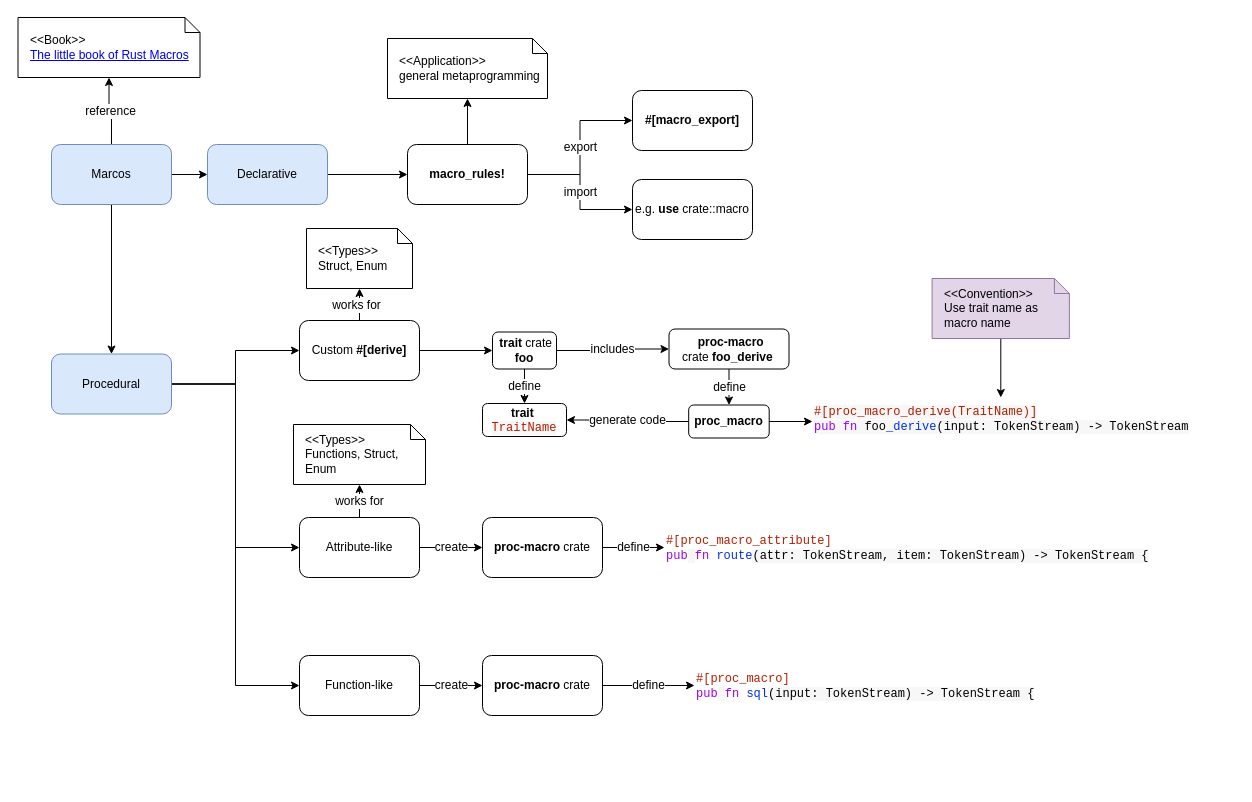
gftea/rust_lang_notes keeps this draw.io diagram as page "Macros" (5 of 6) of advanced.drawio. Above is the earlier version. Source tidied: cells renumbered, new cells numbered last; positions are measured from the earlier drawing's top-left corner, leaving out a move shared by most shapes. Both pictures are drawn from the tidied source at 100%, with x=0, y=0 at pixel (17, 17).
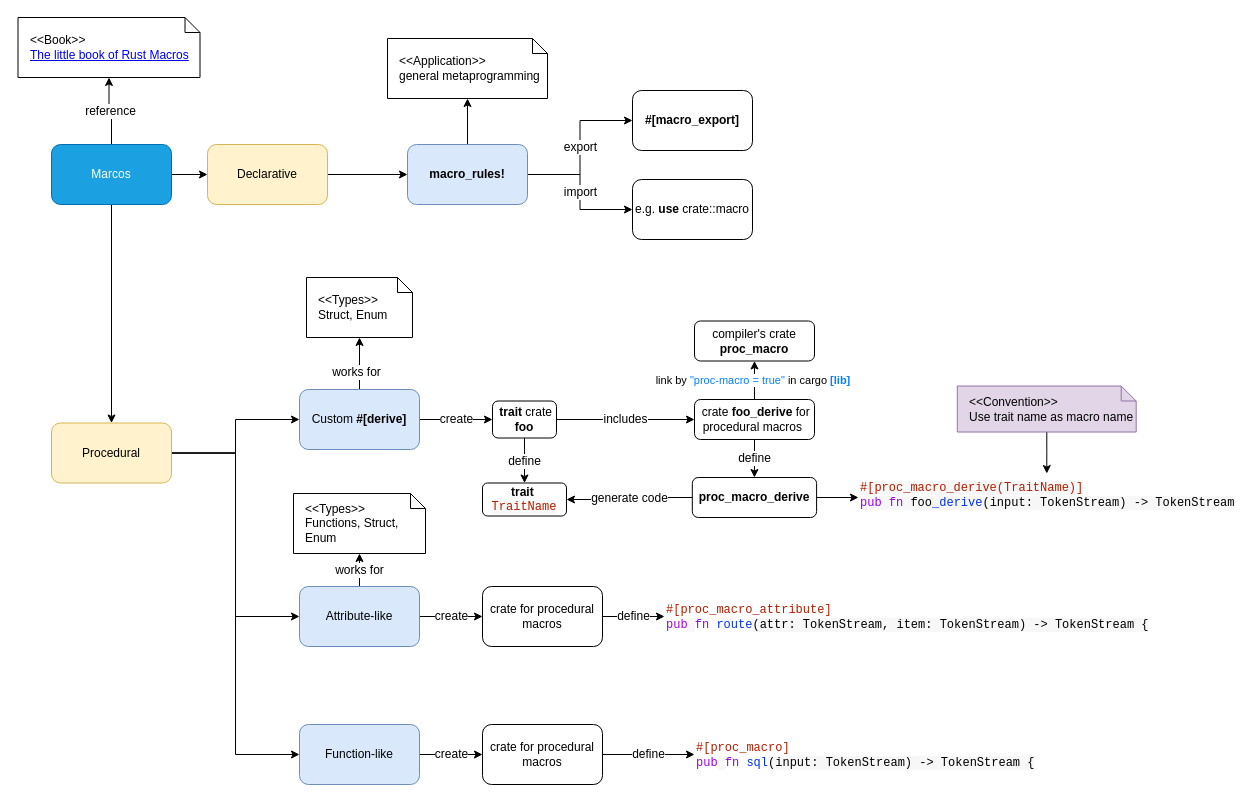
After the change.

Diff of the diagram source:
```diff
@@
-    <mxCell id="3" value="Declarative" style="rounded=1;whiteSpace=wrap;html=1;fontSize=12;fillColor=#dae8fc;strokeColor=#6c8ebf;" parent="1" vertex="1">
+    <mxCell id="3" value="Declarative" style="rounded=1;whiteSpace=wrap;html=1;fontSize=12;fillColor=#fff2cc;strokeColor=#d6b656;" parent="1" vertex="1">
       <mxGeometry x="190" y="127" width="120" height="60" as="geometry" />
     </mxCell>
@@
-    <mxCell id="7" value="&lt;b&gt;macro_rules!&lt;/b&gt;" style="rounded=1;whiteSpace=wrap;html=1;fontSize=12;fontColor=#000000;" parent="1" vertex="1">
+    <mxCell id="7" value="&lt;b&gt;macro_rules!&lt;/b&gt;" style="rounded=1;whiteSpace=wrap;html=1;fontSize=12;fillColor=#dae8fc;strokeColor=#6c8ebf;" parent="1" vertex="1">
       <mxGeometry x="390" y="127" width="120" height="60" as="geometry" />
     </mxCell>
@@
-    <mxCell id="11" value="Procedural" style="rounded=1;whiteSpace=wrap;html=1;fontSize=12;fillColor=#dae8fc;strokeColor=#6c8ebf;" parent="1" vertex="1">
-      <mxGeometry x="34" y="336.5" width="120" height="60" as="geometry" />
+    <mxCell id="11" value="Procedural" style="rounded=1;whiteSpace=wrap;html=1;fontSize=12;fillColor=#fff2cc;strokeColor=#d6b656;" parent="1" vertex="1">
+      <mxGeometry x="34" y="405.5" width="120" height="60" as="geometry" />
     </mxCell>
@@
-    <mxCell id="13" style="edgeStyle=orthogonalEdgeStyle;rounded=0;jettySize=auto;html=1;fontSize=12;fontColor=#FF0000;" parent="1" edge="1" source="14" target="31">
+    <mxCell id="13" value="&lt;font color=&quot;#000000&quot;&gt;create&lt;/font&gt;" style="edgeStyle=orthogonalEdgeStyle;rounded=0;jettySize=auto;html=1;fontSize=12;fontColor=#FF0000;" parent="1" edge="1" source="14" target="31">
       <mxGeometry relative="1" as="geometry" />
     </mxCell>
-    <mxCell id="14" value="Custom &lt;b&gt;#[derive]&lt;/b&gt;" style="rounded=1;whiteSpace=wrap;html=1;fontSize=12;" parent="1" vertex="1">
-      <mxGeometry x="282" y="303" width="120" height="60" as="geometry" />
+    <mxCell id="14" value="Custom &lt;b&gt;#[derive]&lt;/b&gt;" style="rounded=1;whiteSpace=wrap;html=1;fontSize=12;fillColor=#dae8fc;strokeColor=#6c8ebf;" parent="1" vertex="1">
+      <mxGeometry x="282" y="372" width="120" height="60" as="geometry" />
     </mxCell>
@@
-    <mxCell id="17" value="Attribute-like" style="rounded=1;whiteSpace=wrap;html=1;fontSize=12;fontColor=#000000;" parent="1" vertex="1">
-      <mxGeometry x="282" y="500" width="120" height="60" as="geometry" />
+    <mxCell id="17" value="Attribute-like" style="rounded=1;whiteSpace=wrap;html=1;fontSize=12;fillColor=#dae8fc;strokeColor=#6c8ebf;" parent="1" vertex="1">
+      <mxGeometry x="282" y="569" width="120" height="60" as="geometry" />
     </mxCell>
@@
-    <mxCell id="19" value="Function-like" style="rounded=1;whiteSpace=wrap;html=1;fontSize=12;fontColor=#000000;" parent="1" vertex="1">
-      <mxGeometry x="282" y="638" width="120" height="60" as="geometry" />
+    <mxCell id="19" value="Function-like" style="rounded=1;whiteSpace=wrap;html=1;fontSize=12;fillColor=#dae8fc;strokeColor=#6c8ebf;" parent="1" vertex="1">
+      <mxGeometry x="282" y="707" width="120" height="60" as="geometry" />
     </mxCell>
@@
-    <mxCell id="24" value="Marcos" style="rounded=1;whiteSpace=wrap;html=1;fontSize=12;fillColor=#dae8fc;strokeColor=#6c8ebf;" parent="1" vertex="1">
+    <mxCell id="24" value="Marcos" style="rounded=1;whiteSpace=wrap;html=1;fontSize=12;fillColor=#1ba1e2;strokeColor=#006EAF;fontColor=#ffffff;" parent="1" vertex="1">
       <mxGeometry x="34" y="127" width="120" height="60" as="geometry" />
     </mxCell>
@@
     <mxCell id="31" value="&lt;b&gt;&amp;nbsp;trait&amp;nbsp;&lt;/b&gt;crate&lt;br&gt;&lt;b&gt;foo&lt;/b&gt;" style="whiteSpace=wrap;html=1;rounded=1;" parent="1" vertex="1">
-      <mxGeometry x="475" y="314.5" width="64" height="37" as="geometry" />
+      <mxGeometry x="475" y="383.5" width="64" height="37" as="geometry" />
     </mxCell>
@@
+    <mxCell id="50" value="link by &lt;font color=&quot;#007fff&quot;&gt;&quot;proc-macro = true&quot;&lt;/font&gt; in cargo&amp;nbsp;&lt;b&gt;&lt;font color=&quot;#007fff&quot;&gt;[lib]&lt;/font&gt;&amp;nbsp;&lt;/b&gt;" style="edgeStyle=orthogonalEdgeStyle;rounded=0;jettySize=auto;html=1;" parent="1" edge="1" source="33" target="51">
+      <mxGeometry relative="1" as="geometry" />
+    </mxCell>
-    <mxCell id="33" value="&amp;nbsp;&lt;b&gt;proc-macro&lt;/b&gt; crate&amp;nbsp;&lt;b&gt;foo_derive&amp;nbsp;&lt;/b&gt;" style="whiteSpace=wrap;html=1;rounded=1;" parent="1" vertex="1">
-      <mxGeometry x="651.5" y="311.5" width="120" height="40" as="geometry" />
+    <mxCell id="33" value="&amp;nbsp;crate&amp;nbsp;&lt;b&gt;foo_derive &lt;/b&gt;for procedural macros&lt;b&gt;&amp;nbsp;&lt;/b&gt;" style="whiteSpace=wrap;html=1;rounded=1;" parent="1" vertex="1">
+      <mxGeometry x="677" y="382" width="120" height="40" as="geometry" />
     </mxCell>
     <mxCell id="34" value="&lt;b&gt;trait&amp;nbsp;&lt;br&gt;&lt;/b&gt;&lt;span style=&quot;color: rgb(178, 30, 0); font-family: &amp;quot;Source Code Pro&amp;quot;, Consolas, &amp;quot;Ubuntu Mono&amp;quot;, Menlo, &amp;quot;DejaVu Sans Mono&amp;quot;, monospace, monospace; text-align: start; background-color: rgb(246, 247, 246);&quot;&gt;TraitName&lt;/span&gt;" style="whiteSpace=wrap;html=1;rounded=1;" parent="1" vertex="1">
-      <mxGeometry x="465" y="386" width="84" height="33" as="geometry" />
+      <mxGeometry x="465" y="465.5" width="84" height="33" as="geometry" />
     </mxCell>
@@
-    <mxCell id="37" value="&lt;b&gt;proc_macro&lt;/b&gt;" style="whiteSpace=wrap;html=1;rounded=1;" parent="1" vertex="1">
-      <mxGeometry x="671.2" y="387.5" width="80.5" height="33" as="geometry" />
+    <mxCell id="37" value="&lt;b&gt;proc_macro_derive&lt;/b&gt;" style="whiteSpace=wrap;html=1;rounded=1;" parent="1" vertex="1">
+      <mxGeometry x="674.8" y="460" width="124.3" height="40" as="geometry" />
     </mxCell>
     <mxCell id="38" value="&amp;lt;&amp;lt;Types&amp;gt;&amp;gt;&lt;br&gt;Struct, Enum" style="shape=note;size=15;align=left;spacingLeft=10;html=1;whiteSpace=wrap;fontSize=12;fontColor=#000000;" parent="1" vertex="1">
-      <mxGeometry x="289" y="211" width="106" height="60" as="geometry" />
+      <mxGeometry x="289" y="260" width="106" height="60" as="geometry" />
     </mxCell>
     <mxCell id="39" value="&amp;lt;&amp;lt;Types&amp;gt;&amp;gt;&lt;br&gt;Functions, Struct, Enum" style="shape=note;size=15;align=left;spacingLeft=10;html=1;whiteSpace=wrap;fontSize=12;fontColor=#000000;" parent="1" vertex="1">
-      <mxGeometry x="276" y="407" width="132" height="60" as="geometry" />
+      <mxGeometry x="276" y="476" width="132" height="60" as="geometry" />
     </mxCell>
@@
     <mxCell id="41" value="&lt;span style=&quot;color: rgb(178, 30, 0); font-family: &amp;quot;Source Code Pro&amp;quot;, Consolas, &amp;quot;Ubuntu Mono&amp;quot;, Menlo, &amp;quot;DejaVu Sans Mono&amp;quot;, monospace, monospace; font-style: normal; font-variant-ligatures: normal; font-variant-caps: normal; font-weight: 400; letter-spacing: normal; orphans: 2; text-align: start; text-indent: 0px; text-transform: none; widows: 2; word-spacing: 0px; -webkit-text-stroke-width: 0px; background-color: rgb(246, 247, 246); text-decoration-thickness: initial; text-decoration-style: initial; text-decoration-color: initial; float: none; display: inline !important;&quot;&gt;&lt;font style=&quot;font-size: 12px;&quot;&gt;#[proc_macro_derive(TraitName)]&lt;br&gt;&lt;span style=&quot;color: rgb(157, 0, 236);&quot; class=&quot;hljs-keyword&quot;&gt;pub&lt;/span&gt;&lt;span style=&quot;color: rgb(0, 0, 0);&quot;&gt; &lt;/span&gt;&lt;span style=&quot;color: rgb(0, 0, 0);&quot; class=&quot;hljs-function&quot;&gt;&lt;span style=&quot;color: rgb(157, 0, 236);&quot; class=&quot;hljs-keyword&quot;&gt;fn&lt;/span&gt;&amp;nbsp;foo&lt;span style=&quot;color: rgb(0, 48, 242);&quot; class=&quot;hljs-title&quot;&gt;_derive&lt;/span&gt;&lt;/span&gt;&lt;span style=&quot;color: rgb(0, 0, 0);&quot;&gt;(input: TokenStream) -&amp;gt; TokenStream &lt;/span&gt;&lt;br&gt;&lt;/font&gt;&lt;/span&gt;" style="text;whiteSpace=wrap;html=1;fontSize=12;fontColor=#000000;" parent="1" vertex="1">
-      <mxGeometry x="795" y="380" width="376.6" height="48" as="geometry" />
+      <mxGeometry x="841" y="456" width="376.6" height="48" as="geometry" />
     </mxCell>
     <mxCell id="42" value="&lt;font style=&quot;font-size: 12px;&quot;&gt;&lt;span style=&quot;color: rgb(178, 30, 0); font-family: &amp;quot;Source Code Pro&amp;quot;, Consolas, &amp;quot;Ubuntu Mono&amp;quot;, Menlo, &amp;quot;DejaVu Sans Mono&amp;quot;, monospace, monospace; font-style: normal; font-variant-ligatures: normal; font-variant-caps: normal; font-weight: 400; letter-spacing: normal; orphans: 2; text-align: start; text-indent: 0px; text-transform: none; widows: 2; word-spacing: 0px; -webkit-text-stroke-width: 0px; text-decoration-thickness: initial; text-decoration-style: initial; text-decoration-color: initial;&quot; class=&quot;hljs-meta&quot;&gt;#[proc_macro_attribute]&lt;/span&gt;&lt;span style=&quot;color: rgb(0, 0, 0); font-family: &amp;quot;Source Code Pro&amp;quot;, Consolas, &amp;quot;Ubuntu Mono&amp;quot;, Menlo, &amp;quot;DejaVu Sans Mono&amp;quot;, monospace, monospace; font-style: normal; font-variant-ligatures: normal; font-variant-caps: normal; font-weight: 400; letter-spacing: normal; orphans: 2; text-align: start; text-indent: 0px; text-transform: none; widows: 2; word-spacing: 0px; -webkit-text-stroke-width: 0px; background-color: rgb(246, 247, 246); text-decoration-thickness: initial; text-decoration-style: initial; text-decoration-color: initial; float: none; display: inline !important;&quot;&gt;&lt;br&gt;&lt;/span&gt;&lt;span style=&quot;color: rgb(157, 0, 236); font-family: &amp;quot;Source Code Pro&amp;quot;, Consolas, &amp;quot;Ubuntu Mono&amp;quot;, Menlo, &amp;quot;DejaVu Sans Mono&amp;quot;, monospace, monospace; font-style: normal; font-variant-ligatures: normal; font-variant-caps: normal; font-weight: 400; letter-spacing: normal; orphans: 2; text-align: start; text-indent: 0px; text-transform: none; widows: 2; word-spacing: 0px; -webkit-text-stroke-width: 0px; text-decoration-thickness: initial; text-decoration-style: initial; text-decoration-color: initial;&quot; class=&quot;hljs-keyword&quot;&gt;pub&lt;/span&gt;&lt;span style=&quot;color: rgb(0, 0, 0); font-family: &amp;quot;Source Code Pro&amp;quot;, Consolas, &amp;quot;Ubuntu Mono&amp;quot;, Menlo, &amp;quot;DejaVu Sans Mono&amp;quot;, monospace, monospace; font-style: normal; font-variant-ligatures: normal; font-variant-caps: normal; font-weight: 400; letter-spacing: normal; orphans: 2; text-align: start; text-indent: 0px; text-transform: none; widows: 2; word-spacing: 0px; -webkit-text-stroke-width: 0px; background-color: rgb(246, 247, 246); text-decoration-thickness: initial; text-decoration-style: initial; text-decoration-color: initial; float: none; display: inline !important;&quot;&gt; &lt;/span&gt;&lt;span style=&quot;color: rgb(0, 0, 0); font-family: &amp;quot;Source Code Pro&amp;quot;, Consolas, &amp;quot;Ubuntu Mono&amp;quot;, Menlo, &amp;quot;DejaVu Sans Mono&amp;quot;, monospace, monospace; font-style: normal; font-variant-ligatures: normal; font-variant-caps: normal; font-weight: 400; letter-spacing: normal; orphans: 2; text-align: start; text-indent: 0px; text-transform: none; widows: 2; word-spacing: 0px; -webkit-text-stroke-width: 0px; text-decoration-thickness: initial; text-decoration-style: initial; text-decoration-color: initial;&quot; class=&quot;hljs-function&quot;&gt;&lt;span style=&quot;color: rgb(157, 0, 236);&quot; class=&quot;hljs-keyword&quot;&gt;fn&lt;/span&gt; &lt;span style=&quot;color: rgb(0, 48, 242);&quot; class=&quot;hljs-title&quot;&gt;route&lt;/span&gt;&lt;/span&gt;&lt;span style=&quot;color: rgb(0, 0, 0); font-family: &amp;quot;Source Code Pro&amp;quot;, Consolas, &amp;quot;Ubuntu Mono&amp;quot;, Menlo, &amp;quot;DejaVu Sans Mono&amp;quot;, monospace, monospace; font-style: normal; font-variant-ligatures: normal; font-variant-caps: normal; font-weight: 400; letter-spacing: normal; orphans: 2; text-align: start; text-indent: 0px; text-transform: none; widows: 2; word-spacing: 0px; -webkit-text-stroke-width: 0px; background-color: rgb(246, 247, 246); text-decoration-thickness: initial; text-decoration-style: initial; text-decoration-color: initial; float: none; display: inline !important;&quot;&gt;(attr: TokenStream, item: TokenStream) -&amp;gt; TokenStream {&lt;/span&gt;&lt;/font&gt;" style="text;whiteSpace=wrap;html=1;fontSize=12;fontColor=#000000;" parent="1" vertex="1">
-      <mxGeometry x="647" y="509" width="540" height="42" as="geometry" />
+      <mxGeometry x="647" y="578" width="540" height="42" as="geometry" />
     </mxCell>
@@
     <mxCell id="44" value="&amp;lt;&amp;lt;Convention&amp;gt;&amp;gt;&lt;br&gt;Use trait name as macro name" style="shape=note;size=15;align=left;spacingLeft=10;html=1;whiteSpace=wrap;fontSize=12;fillColor=#e1d5e7;strokeColor=#9673a6;" parent="1" vertex="1">
-      <mxGeometry x="914.6" y="261" width="137.3" height="60" as="geometry" />
+      <mxGeometry x="939.8" y="368.5" width="178.9" height="46" as="geometry" />
     </mxCell>
@@
-    <mxCell id="46" value="&lt;b&gt;proc-macro&lt;/b&gt; crate" style="whiteSpace=wrap;html=1;fontColor=#000000;rounded=1;" parent="1" vertex="1">
-      <mxGeometry x="465" y="500" width="120" height="60" as="geometry" />
+    <mxCell id="46" value="crate for procedural macros" style="whiteSpace=wrap;html=1;fontColor=#000000;rounded=1;" parent="1" vertex="1">
+      <mxGeometry x="465" y="569" width="120" height="60" as="geometry" />
     </mxCell>
     <mxCell id="47" value="&lt;font style=&quot;font-size: 12px;&quot;&gt;&lt;span style=&quot;color: rgb(178, 30, 0); font-family: &amp;quot;Source Code Pro&amp;quot;, Consolas, &amp;quot;Ubuntu Mono&amp;quot;, Menlo, &amp;quot;DejaVu Sans Mono&amp;quot;, monospace, monospace; font-style: normal; font-variant-ligatures: normal; font-variant-caps: normal; font-weight: 400; letter-spacing: normal; orphans: 2; text-align: start; text-indent: 0px; text-transform: none; widows: 2; word-spacing: 0px; -webkit-text-stroke-width: 0px; text-decoration-thickness: initial; text-decoration-style: initial; text-decoration-color: initial;&quot; class=&quot;hljs-meta&quot;&gt;#[proc_macro]&lt;/span&gt;&lt;span style=&quot;color: rgb(0, 0, 0); font-family: &amp;quot;Source Code Pro&amp;quot;, Consolas, &amp;quot;Ubuntu Mono&amp;quot;, Menlo, &amp;quot;DejaVu Sans Mono&amp;quot;, monospace, monospace; font-style: normal; font-variant-ligatures: normal; font-variant-caps: normal; font-weight: 400; letter-spacing: normal; orphans: 2; text-align: start; text-indent: 0px; text-transform: none; widows: 2; word-spacing: 0px; -webkit-text-stroke-width: 0px; background-color: rgb(246, 247, 246); text-decoration-thickness: initial; text-decoration-style: initial; text-decoration-color: initial; float: none; display: inline !important;&quot;&gt;&lt;br&gt;&lt;/span&gt;&lt;span style=&quot;color: rgb(157, 0, 236); font-family: &amp;quot;Source Code Pro&amp;quot;, Consolas, &amp;quot;Ubuntu Mono&amp;quot;, Menlo, &amp;quot;DejaVu Sans Mono&amp;quot;, monospace, monospace; font-style: normal; font-variant-ligatures: normal; font-variant-caps: normal; font-weight: 400; letter-spacing: normal; orphans: 2; text-align: start; text-indent: 0px; text-transform: none; widows: 2; word-spacing: 0px; -webkit-text-stroke-width: 0px; text-decoration-thickness: initial; text-decoration-style: initial; text-decoration-color: initial;&quot; class=&quot;hljs-keyword&quot;&gt;pub&lt;/span&gt;&lt;span style=&quot;color: rgb(0, 0, 0); font-family: &amp;quot;Source Code Pro&amp;quot;, Consolas, &amp;quot;Ubuntu Mono&amp;quot;, Menlo, &amp;quot;DejaVu Sans Mono&amp;quot;, monospace, monospace; font-style: normal; font-variant-ligatures: normal; font-variant-caps: normal; font-weight: 400; letter-spacing: normal; orphans: 2; text-align: start; text-indent: 0px; text-transform: none; widows: 2; word-spacing: 0px; -webkit-text-stroke-width: 0px; background-color: rgb(246, 247, 246); text-decoration-thickness: initial; text-decoration-style: initial; text-decoration-color: initial; float: none; display: inline !important;&quot;&gt; &lt;/span&gt;&lt;span style=&quot;color: rgb(0, 0, 0); font-family: &amp;quot;Source Code Pro&amp;quot;, Consolas, &amp;quot;Ubuntu Mono&amp;quot;, Menlo, &amp;quot;DejaVu Sans Mono&amp;quot;, monospace, monospace; font-style: normal; font-variant-ligatures: normal; font-variant-caps: normal; font-weight: 400; letter-spacing: normal; orphans: 2; text-align: start; text-indent: 0px; text-transform: none; widows: 2; word-spacing: 0px; -webkit-text-stroke-width: 0px; text-decoration-thickness: initial; text-decoration-style: initial; text-decoration-color: initial;&quot; class=&quot;hljs-function&quot;&gt;&lt;span style=&quot;color: rgb(157, 0, 236);&quot; class=&quot;hljs-keyword&quot;&gt;fn&lt;/span&gt; &lt;span style=&quot;color: rgb(0, 48, 242);&quot; class=&quot;hljs-title&quot;&gt;sql&lt;/span&gt;&lt;/span&gt;&lt;span style=&quot;color: rgb(0, 0, 0); font-family: &amp;quot;Source Code Pro&amp;quot;, Consolas, &amp;quot;Ubuntu Mono&amp;quot;, Menlo, &amp;quot;DejaVu Sans Mono&amp;quot;, monospace, monospace; font-style: normal; font-variant-ligatures: normal; font-variant-caps: normal; font-weight: 400; letter-spacing: normal; orphans: 2; text-align: start; text-indent: 0px; text-transform: none; widows: 2; word-spacing: 0px; -webkit-text-stroke-width: 0px; background-color: rgb(246, 247, 246); text-decoration-thickness: initial; text-decoration-style: initial; text-decoration-color: initial; float: none; display: inline !important;&quot;&gt;(input: TokenStream) -&amp;gt; TokenStream {&lt;/span&gt;&lt;/font&gt;" style="text;whiteSpace=wrap;html=1;fontSize=12;fontColor=#000000;" parent="1" vertex="1">
-      <mxGeometry x="677" y="647" width="382" height="42" as="geometry" />
+      <mxGeometry x="677" y="716" width="382" height="42" as="geometry" />
     </mxCell>
@@
-    <mxCell id="49" value="&lt;b&gt;proc-macro&lt;/b&gt; crate" style="whiteSpace=wrap;html=1;fontColor=#000000;rounded=1;" parent="1" vertex="1">
-      <mxGeometry x="465" y="638" width="120" height="60" as="geometry" />
+    <mxCell id="49" value="crate for procedural macros" style="whiteSpace=wrap;html=1;fontColor=#000000;rounded=1;" parent="1" vertex="1">
+      <mxGeometry x="465" y="707" width="120" height="60" as="geometry" />
     </mxCell>
+    <mxCell id="51" value="compiler's crate &lt;b&gt;proc_macro&lt;/b&gt;" style="whiteSpace=wrap;html=1;rounded=1;" parent="1" vertex="1">
+      <mxGeometry x="677" y="303.5" width="120" height="40" as="geometry" />
+    </mxCell>
```
